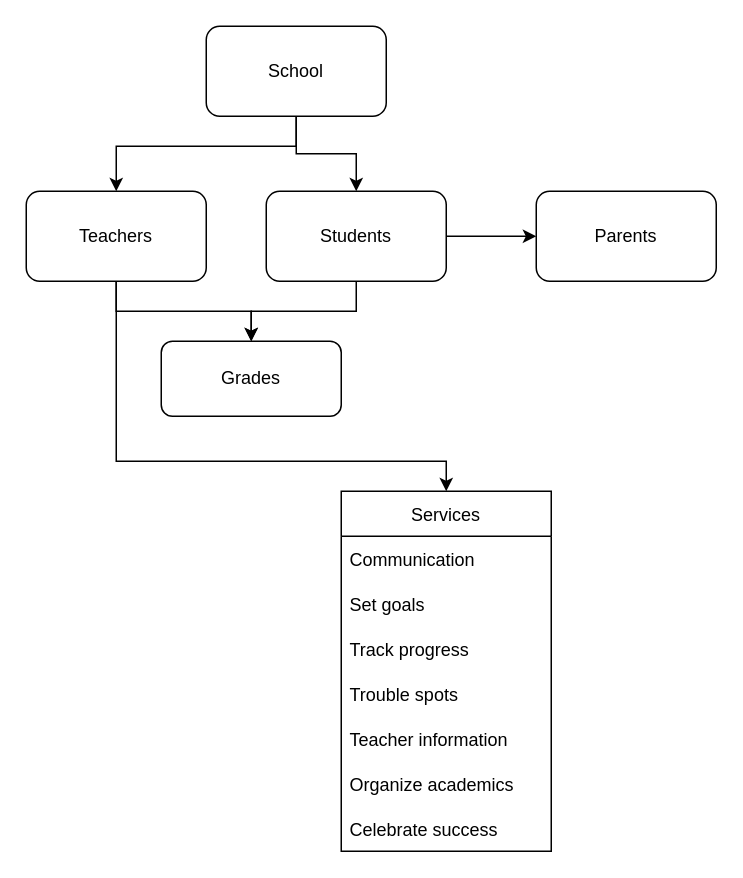
Before: TestResults-5.0.x/Untitled Diagram.drawio in Muruganandhu/Taleo, a draw.io diagram. Source tidied: cells renumbered, new cells numbered last; positions are measured from the earlier drawing's top-left corner, leaving out a move shared by most shapes. Both pictures are drawn from the tidied source at 150%, with x=0, y=0 at pixel (26, 26).
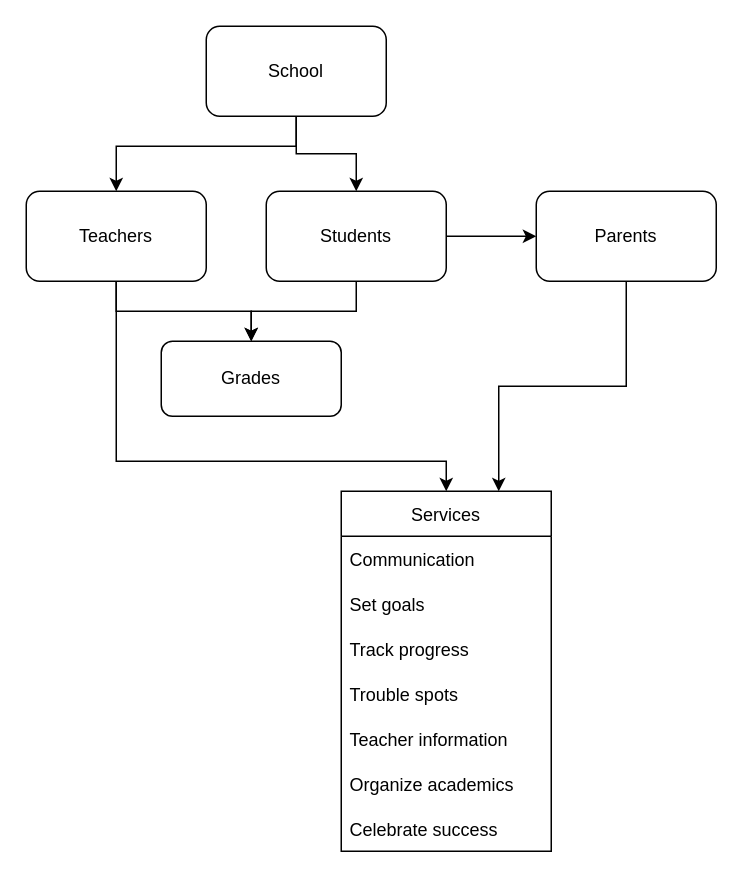
The same page after the edit.

Unchanged cells that the change refers to:
```xml
<mxCell id="12" value="Parents" style="rounded=1;whiteSpace=wrap;html=1;" parent="1" vertex="1">
  <mxGeometry x="340" y="110" width="120" height="60" as="geometry" />
</mxCell>
<mxCell id="13" value="Services" style="swimlane;fontStyle=0;horizontal=1;startSize=30;" parent="1" vertex="1">
  <mxGeometry x="210" y="310" width="140" height="240" as="geometry" />
</mxCell>
```

Diff of the diagram source:
```diff
@@
+    <mxCell id="21" style="edgeStyle=orthogonalEdgeStyle;rounded=0;jettySize=auto;html=1;entryX=0.75;entryY=0;entryDx=0;entryDy=0;" parent="1" edge="1" source="12" target="13">
+      <mxGeometry relative="1" as="geometry" />
+    </mxCell>
```
